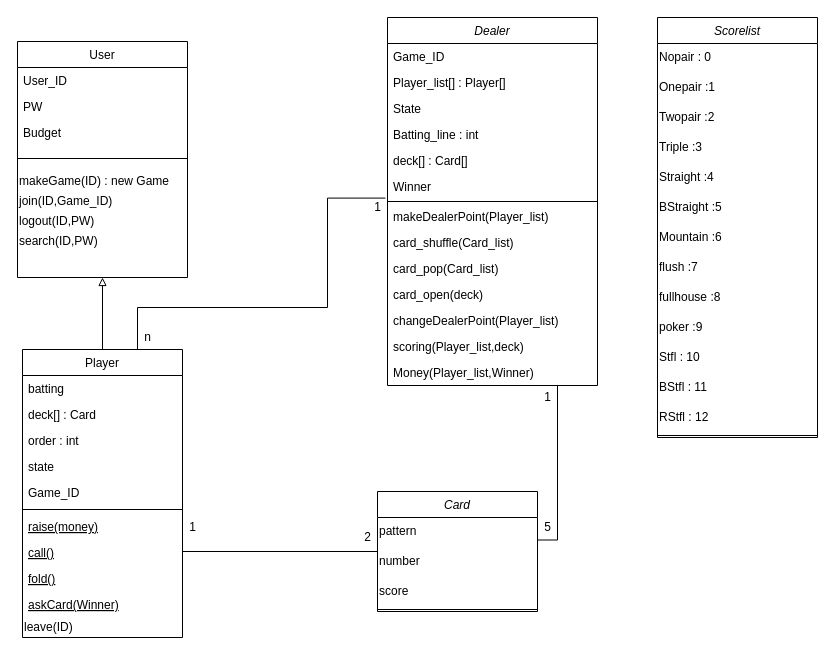
This is class diagram_r.drawio from seonmin8284/Poker, a draw.io file, before an edit. Source tidied: cells renumbered, new cells numbered last; positions are measured from the earlier drawing's top-left corner, leaving out a move shared by most shapes. Both pictures are drawn from the tidied source at 100%, with x=0, y=0 at pixel (17, 17).
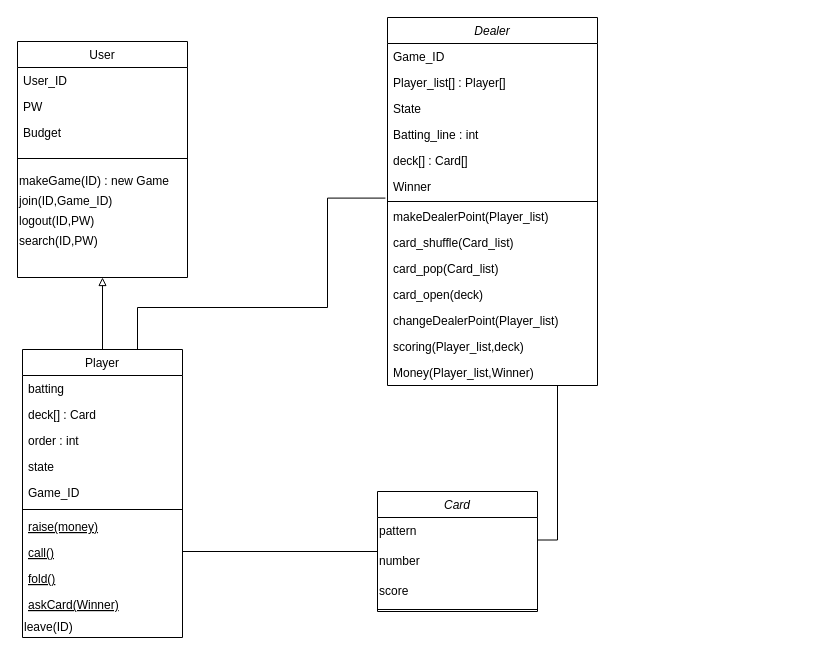
The same diagram, later.

Diff of the diagram source:
```diff
@@
-    <mxCell id="38" value="2" style="text;html=1;align=center;verticalAlign=middle;strokeColor=none;fillColor=none;rotation=0;" parent="1" vertex="1">
-      <mxGeometry x="340" y="510" width="20" height="20" as="geometry" />
-    </mxCell>
-    <mxCell id="39" value="1" style="text;html=1;align=center;verticalAlign=middle;strokeColor=none;fillColor=none;" parent="1" vertex="1">
-      <mxGeometry x="165" y="500" width="20" height="20" as="geometry" />
-    </mxCell>
@@
-    <mxCell id="49" value="Scorelist" style="swimlane;fontStyle=2;align=center;verticalAlign=top;horizontal=1;startSize=26;rounded=0;shadow=0;strokeWidth=1;" parent="1" vertex="1">
-      <mxGeometry x="640" width="160" height="420" as="geometry" />
-    </mxCell>
-    <mxCell id="50" value="&lt;font face=&quot;helvetica&quot;&gt;Nopair : 0&lt;/font&gt;" style="text;whiteSpace=wrap;html=1;" parent="49" vertex="1">
-      <mxGeometry y="26" width="160" height="30" as="geometry" />
-    </mxCell>
-    <mxCell id="51" value="&lt;font face=&quot;helvetica&quot;&gt;Onepair&amp;nbsp;&lt;/font&gt;&lt;span style=&quot;font-family: &amp;#34;helvetica&amp;#34;&quot;&gt;:1&lt;/span&gt;" style="text;whiteSpace=wrap;html=1;" parent="49" vertex="1">
-      <mxGeometry y="56" width="160" height="30" as="geometry" />
-    </mxCell>
-    <mxCell id="52" value="&lt;font face=&quot;helvetica&quot;&gt;Twopair&amp;nbsp;&lt;/font&gt;&lt;span style=&quot;font-family: &amp;#34;helvetica&amp;#34;&quot;&gt;:&lt;/span&gt;&lt;font face=&quot;helvetica&quot;&gt;2&lt;/font&gt;" style="text;whiteSpace=wrap;html=1;" parent="49" vertex="1">
-      <mxGeometry y="86" width="160" height="30" as="geometry" />
-    </mxCell>
-    <mxCell id="53" value="&lt;font face=&quot;helvetica&quot;&gt;Triple&amp;nbsp;&lt;/font&gt;&lt;span style=&quot;font-family: &amp;#34;helvetica&amp;#34;&quot;&gt;:&lt;/span&gt;&lt;font face=&quot;helvetica&quot;&gt;3&lt;br&gt;&lt;/font&gt;" style="text;whiteSpace=wrap;html=1;" parent="49" vertex="1">
-      <mxGeometry y="116" width="160" height="30" as="geometry" />
-    </mxCell>
-    <mxCell id="54" value="&lt;font face=&quot;helvetica&quot;&gt;Straight&amp;nbsp;&lt;/font&gt;&lt;span style=&quot;font-family: &amp;#34;helvetica&amp;#34;&quot;&gt;:&lt;/span&gt;&lt;font face=&quot;helvetica&quot;&gt;4&lt;br&gt;&lt;/font&gt;" style="text;whiteSpace=wrap;html=1;" parent="49" vertex="1">
-      <mxGeometry y="146" width="160" height="30" as="geometry" />
-    </mxCell>
-    <mxCell id="55" value="&lt;font face=&quot;helvetica&quot;&gt;BStraight&amp;nbsp;&lt;/font&gt;&lt;span style=&quot;font-family: &amp;#34;helvetica&amp;#34;&quot;&gt;:&lt;/span&gt;&lt;font face=&quot;helvetica&quot;&gt;5&lt;br&gt;&lt;/font&gt;" style="text;whiteSpace=wrap;html=1;" parent="49" vertex="1">
-      <mxGeometry y="176" width="160" height="30" as="geometry" />
-    </mxCell>
-    <mxCell id="56" value="&lt;font face=&quot;helvetica&quot;&gt;Mountain&amp;nbsp;&lt;/font&gt;&lt;span style=&quot;font-family: &amp;#34;helvetica&amp;#34;&quot;&gt;:&lt;/span&gt;&lt;font face=&quot;helvetica&quot;&gt;6&lt;br&gt;&lt;/font&gt;" style="text;whiteSpace=wrap;html=1;" parent="49" vertex="1">
-      <mxGeometry y="206" width="160" height="30" as="geometry" />
-    </mxCell>
-    <mxCell id="57" value="&lt;font face=&quot;helvetica&quot;&gt;flush&amp;nbsp;&lt;/font&gt;&lt;span style=&quot;font-family: &amp;#34;helvetica&amp;#34;&quot;&gt;:&lt;/span&gt;&lt;font face=&quot;helvetica&quot;&gt;7&lt;br&gt;&lt;/font&gt;" style="text;whiteSpace=wrap;html=1;" parent="49" vertex="1">
-      <mxGeometry y="236" width="160" height="30" as="geometry" />
-    </mxCell>
-    <mxCell id="58" value="&lt;font face=&quot;helvetica&quot;&gt;fullhouse&amp;nbsp;&lt;/font&gt;&lt;span style=&quot;font-family: &amp;#34;helvetica&amp;#34;&quot;&gt;:&lt;/span&gt;&lt;font face=&quot;helvetica&quot;&gt;8&lt;br&gt;&lt;/font&gt;" style="text;whiteSpace=wrap;html=1;" parent="49" vertex="1">
-      <mxGeometry y="266" width="160" height="30" as="geometry" />
-    </mxCell>
-    <mxCell id="59" value="&lt;font face=&quot;helvetica&quot;&gt;poker&amp;nbsp;&lt;/font&gt;&lt;span style=&quot;font-family: &amp;#34;helvetica&amp;#34;&quot;&gt;:&lt;/span&gt;&lt;font face=&quot;helvetica&quot;&gt;9&lt;br&gt;&lt;/font&gt;" style="text;whiteSpace=wrap;html=1;" parent="49" vertex="1">
-      <mxGeometry y="296" width="160" height="30" as="geometry" />
-    </mxCell>
-    <mxCell id="60" value="&lt;font face=&quot;helvetica&quot;&gt;Stfl : 10&lt;br&gt;&lt;/font&gt;" style="text;whiteSpace=wrap;html=1;" parent="49" vertex="1">
-      <mxGeometry y="326" width="160" height="30" as="geometry" />
-    </mxCell>
-    <mxCell id="61" value="&lt;font face=&quot;helvetica&quot;&gt;BStfl : 11&lt;br&gt;&lt;/font&gt;" style="text;whiteSpace=wrap;html=1;" parent="49" vertex="1">
-      <mxGeometry y="356" width="160" height="30" as="geometry" />
-    </mxCell>
-    <mxCell id="62" value="&lt;font face=&quot;helvetica&quot;&gt;RStfl : 12&lt;br&gt;&lt;/font&gt;" style="text;whiteSpace=wrap;html=1;" parent="49" vertex="1">
-      <mxGeometry y="386" width="160" height="30" as="geometry" />
-    </mxCell>
-    <mxCell id="63" style="line;html=1;strokeWidth=1;align=left;verticalAlign=middle;spacingTop=-1;spacingLeft=3;spacingRight=3;labelPosition=right;" parent="49" vertex="1">
-      <mxGeometry y="416" width="160" height="4" as="geometry" />
-    </mxCell>
-    <mxCell id="64" value="1" style="text;html=1;align=center;verticalAlign=middle;strokeColor=none;fillColor=none;" parent="1" vertex="1">
-      <mxGeometry x="350" y="180" width="20" height="20" as="geometry" />
-    </mxCell>
-    <mxCell id="65" value="1" style="text;html=1;align=center;verticalAlign=middle;strokeColor=none;fillColor=none;" parent="1" vertex="1">
-      <mxGeometry x="520" y="370" width="20" height="20" as="geometry" />
-    </mxCell>
-    <mxCell id="66" value="5" style="text;html=1;align=center;verticalAlign=middle;strokeColor=none;fillColor=none;rotation=0;" parent="1" vertex="1">
-      <mxGeometry x="520" y="500" width="20" height="20" as="geometry" />
-    </mxCell>
-    <mxCell id="67" value="n" style="text;html=1;align=center;verticalAlign=middle;strokeColor=none;fillColor=none;" parent="1" vertex="1">
-      <mxGeometry x="120" y="310" width="20" height="20" as="geometry" />
-    </mxCell>
```
